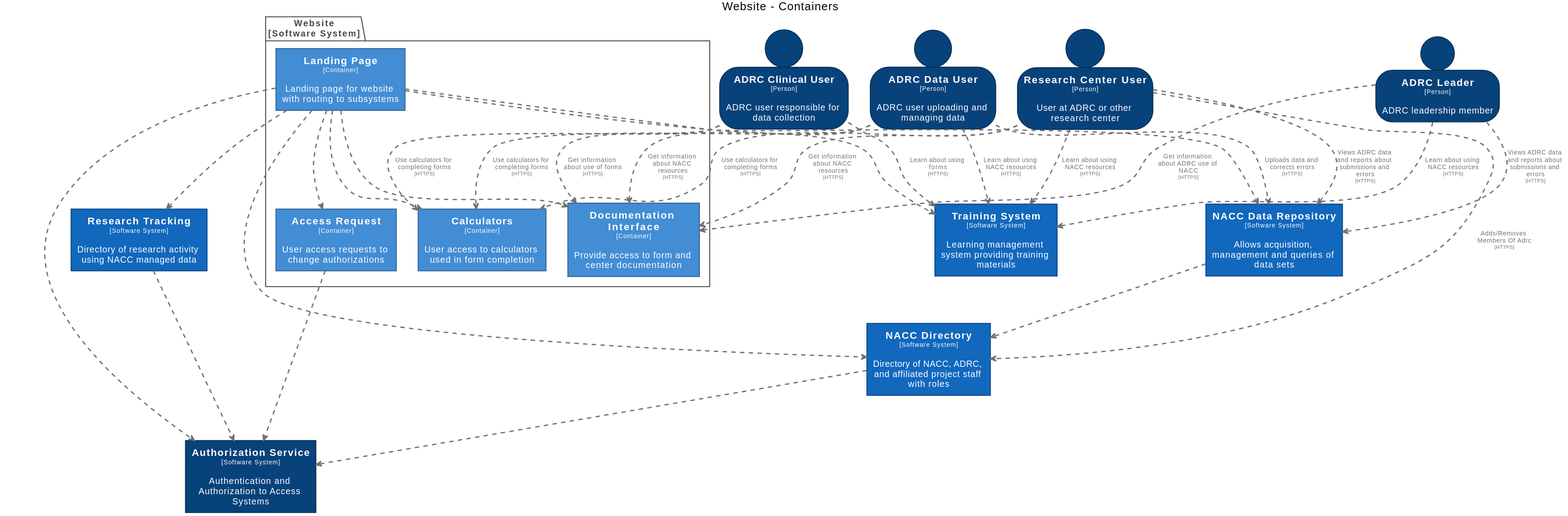
Earlier version of the PlantUML export docs/images/structurizr-WebsiteContainers.svg (naccdata/system-design). Source of this version:
```plantuml
@startuml
title Website - Containers

top to bottom direction

skinparam {
  shadowing false
  arrowFontSize 10
  defaultTextAlignment center
  wrapWidth 200
  maxMessageSize 100
}

hide stereotype

skinparam person<<ADRCClinicalUser>> {
  BackgroundColor #08427b
  FontColor #ffffff
  BorderColor #052e56
}
skinparam person<<ADRCDataUser>> {
  BackgroundColor #08427b
  FontColor #ffffff
  BorderColor #052e56
}
skinparam person<<ADRCLeader>> {
  BackgroundColor #08427b
  FontColor #ffffff
  BorderColor #052e56
}
skinparam rectangle<<Website.AccessRequest>> {
  BackgroundColor #438dd5
  FontColor #ffffff
  BorderColor #2e6295
}
skinparam rectangle<<AuthorizationService>> {
  BackgroundColor #08427b
  FontColor #ffffff
  BorderColor #052e56
}
skinparam rectangle<<Website.Calculators>> {
  BackgroundColor #438dd5
  FontColor #ffffff
  BorderColor #2e6295
}
skinparam rectangle<<Website.DocumentationInterface>> {
  BackgroundColor #438dd5
  FontColor #ffffff
  BorderColor #2e6295
}
skinparam rectangle<<Website.LandingPage>> {
  BackgroundColor #438dd5
  FontColor #ffffff
  BorderColor #2e6295
}
skinparam rectangle<<NACCDataRepository>> {
  BackgroundColor #1168bd
  FontColor #ffffff
  BorderColor #0b4884
}
skinparam rectangle<<NACCDirectory>> {
  BackgroundColor #1168bd
  FontColor #ffffff
  BorderColor #0b4884
}
skinparam person<<ResearchCenterUser>> {
  BackgroundColor #08427b
  FontColor #ffffff
  BorderColor #052e56
}
skinparam rectangle<<ResearchTracking>> {
  BackgroundColor #1168bd
  FontColor #ffffff
  BorderColor #0b4884
}
skinparam rectangle<<TrainingSystem>> {
  BackgroundColor #1168bd
  FontColor #ffffff
  BorderColor #0b4884
}

person "==ADRC Data User\n<size:10>[Person]</size>\n\nADRC user uploading and managing data" <<ADRCDataUser>> as ADRCDataUser
person "==ADRC Leader\n<size:10>[Person]</size>\n\nADRC leadership member" <<ADRCLeader>> as ADRCLeader
rectangle "==Authorization Service\n<size:10>[Software System]</size>\n\nAuthentication and Authorization to Access Systems" <<AuthorizationService>> as AuthorizationService
rectangle "==NACC Directory\n<size:10>[Software System]</size>\n\nDirectory of NACC, ADRC, and affiliated project staff with roles" <<NACCDirectory>> as NACCDirectory
person "==ADRC Clinical User\n<size:10>[Person]</size>\n\nADRC user responsible for data collection" <<ADRCClinicalUser>> as ADRCClinicalUser
rectangle "==NACC Data Repository\n<size:10>[Software System]</size>\n\nAllows acquisition, management and queries of data sets" <<NACCDataRepository>> as NACCDataRepository
person "==Research Center User\n<size:10>[Person]</size>\n\nUser at ADRC or other research center" <<ResearchCenterUser>> as ResearchCenterUser
rectangle "==Research Tracking\n<size:10>[Software System]</size>\n\nDirectory of research activity using NACC managed data" <<ResearchTracking>> as ResearchTracking
rectangle "==Training System\n<size:10>[Software System]</size>\n\nLearning management system providing training materials" <<TrainingSystem>> as TrainingSystem

package "Website\n[Software System]" <<Website>> {
  skinparam PackageBorderColor<<Website>> #444444
  skinparam PackageFontColor<<Website>> #444444

  rectangle "==Access Request\n<size:10>[Container]</size>\n\nUser access requests to change authorizations" <<Website.AccessRequest>> as Website.AccessRequest
  rectangle "==Calculators\n<size:10>[Container]</size>\n\nUser access to calculators used in form completion" <<Website.Calculators>> as Website.Calculators
  rectangle "==Documentation Interface\n<size:10>[Container]</size>\n\nProvide access to form and center documentation" <<Website.DocumentationInterface>> as Website.DocumentationInterface
  rectangle "==Landing Page\n<size:10>[Container]</size>\n\nLanding page for website with routing to subsystems" <<Website.LandingPage>> as Website.LandingPage
}

Website.LandingPage .[#707070,thickness=2].> NACCDataRepository : "<color:#707070>"
Website.LandingPage .[#707070,thickness=2].> NACCDirectory : "<color:#707070>"
ResearchCenterUser .[#707070,thickness=2].> Website.Calculators : "<color:#707070>Use calculators for completing forms\n<color:#707070><size:8>[HTTPS]</size>"
ResearchCenterUser .[#707070,thickness=2].> NACCDirectory : "<color:#707070>Adds/Removes Members Of Adrc\n<color:#707070><size:8>[HTTPS]</size>"
ResearchCenterUser .[#707070,thickness=2].> Website.DocumentationInterface : "<color:#707070>Get information about NACC resources\n<color:#707070><size:8>[HTTPS]</size>"
ResearchCenterUser .[#707070,thickness=2].> NACCDataRepository : "<color:#707070>Views ADRC data and reports about submissions and errors\n<color:#707070><size:8>[HTTPS]</size>"
ResearchCenterUser .[#707070,thickness=2].> TrainingSystem : "<color:#707070>Learn about using NACC resources\n<color:#707070><size:8>[HTTPS]</size>"
ADRCDataUser .[#707070,thickness=2].> NACCDataRepository : "<color:#707070>Uploads data and corrects errors\n<color:#707070><size:8>[HTTPS]</size>"
ADRCDataUser .[#707070,thickness=2].> Website.Calculators : "<color:#707070>Use calculators for completing forms\n<color:#707070><size:8>[HTTPS]</size>"
ADRCDataUser .[#707070,thickness=2].> Website.DocumentationInterface : "<color:#707070>Get information about NACC resources\n<color:#707070><size:8>[HTTPS]</size>"
ADRCDataUser .[#707070,thickness=2].> TrainingSystem : "<color:#707070>Learn about usng NACC resources\n<color:#707070><size:8>[HTTPS]</size>"
ADRCClinicalUser .[#707070,thickness=2].> TrainingSystem : "<color:#707070>Learn about using forms\n<color:#707070><size:8>[HTTPS]</size>"
ADRCClinicalUser .[#707070,thickness=2].> Website.Calculators : "<color:#707070>Use calculators for completing forms\n<color:#707070><size:8>[HTTPS]</size>"
ADRCClinicalUser .[#707070,thickness=2].> Website.DocumentationInterface : "<color:#707070>Get information about use of forms\n<color:#707070><size:8>[HTTPS]</size>"
ADRCLeader .[#707070,thickness=2].> Website.DocumentationInterface : "<color:#707070>Get information about ADRC use of NACC\n<color:#707070><size:8>[HTTPS]</size>"
NACCDataRepository .[#707070,thickness=2].> NACCDirectory : "<color:#707070>"
ADRCLeader .[#707070,thickness=2].> NACCDataRepository : "<color:#707070>Views ADRC data and reports about submissions and errors\n<color:#707070><size:8>[HTTPS]</size>"
ADRCLeader .[#707070,thickness=2].> TrainingSystem : "<color:#707070>Learn about using NACC resources\n<color:#707070><size:8>[HTTPS]</size>"
NACCDirectory .[#707070,thickness=2].> AuthorizationService : "<color:#707070>"
ResearchTracking .[#707070,thickness=2].> AuthorizationService : "<color:#707070>"
Website.AccessRequest .[#707070,thickness=2].> AuthorizationService : "<color:#707070>"
Website.LandingPage .[#707070,thickness=2].> Website.AccessRequest : "<color:#707070>"
Website.LandingPage .[#707070,thickness=2].> AuthorizationService : "<color:#707070>"
Website.LandingPage .[#707070,thickness=2].> Website.Calculators : "<color:#707070>"
Website.LandingPage .[#707070,thickness=2].> Website.DocumentationInterface : "<color:#707070>"
Website.LandingPage .[#707070,thickness=2].> TrainingSystem : "<color:#707070>"
Website.LandingPage .[#707070,thickness=2].> ResearchTracking : "<color:#707070>"
@enduml
```
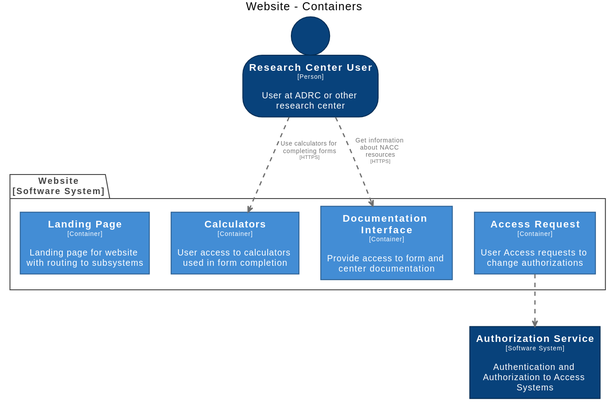
Above is the later version.

Diff of the diagram source:
```diff
@@ -13,21 +13,6 @@
 
 hide stereotype
 
-skinparam person<<ADRCClinicalUser>> {
-  BackgroundColor #08427b
-  FontColor #ffffff
-  BorderColor #052e56
-}
-skinparam person<<ADRCDataUser>> {
-  BackgroundColor #08427b
-  FontColor #ffffff
-  BorderColor #052e56
-}
-skinparam person<<ADRCLeader>> {
-  BackgroundColor #08427b
-  FontColor #ffffff
-  BorderColor #052e56
-}
 skinparam rectangle<<Website.AccessRequest>> {
   BackgroundColor #438dd5
   FontColor #ffffff
@@ -53,77 +38,26 @@
   FontColor #ffffff
   BorderColor #2e6295
 }
-skinparam rectangle<<NACCDataRepository>> {
-  BackgroundColor #1168bd
-  FontColor #ffffff
-  BorderColor #0b4884
-}
-skinparam rectangle<<NACCDirectory>> {
-  BackgroundColor #1168bd
-  FontColor #ffffff
-  BorderColor #0b4884
-}
 skinparam person<<ResearchCenterUser>> {
   BackgroundColor #08427b
   FontColor #ffffff
   BorderColor #052e56
 }
-skinparam rectangle<<ResearchTracking>> {
-  BackgroundColor #1168bd
-  FontColor #ffffff
-  BorderColor #0b4884
-}
-skinparam rectangle<<TrainingSystem>> {
-  BackgroundColor #1168bd
-  FontColor #ffffff
-  BorderColor #0b4884
-}
 
-person "==ADRC Data User\n<size:10>[Person]</size>\n\nADRC user uploading and managing data" <<ADRCDataUser>> as ADRCDataUser
-person "==ADRC Leader\n<size:10>[Person]</size>\n\nADRC leadership member" <<ADRCLeader>> as ADRCLeader
 rectangle "==Authorization Service\n<size:10>[Software System]</size>\n\nAuthentication and Authorization to Access Systems" <<AuthorizationService>> as AuthorizationService
-rectangle "==NACC Directory\n<size:10>[Software System]</size>\n\nDirectory of NACC, ADRC, and affiliated project staff with roles" <<NACCDirectory>> as NACCDirectory
-person "==ADRC Clinical User\n<size:10>[Person]</size>\n\nADRC user responsible for data collection" <<ADRCClinicalUser>> as ADRCClinicalUser
-rectangle "==NACC Data Repository\n<size:10>[Software System]</size>\n\nAllows acquisition, management and queries of data sets" <<NACCDataRepository>> as NACCDataRepository
 person "==Research Center User\n<size:10>[Person]</size>\n\nUser at ADRC or other research center" <<ResearchCenterUser>> as ResearchCenterUser
-rectangle "==Research Tracking\n<size:10>[Software System]</size>\n\nDirectory of research activity using NACC managed data" <<ResearchTracking>> as ResearchTracking
-rectangle "==Training System\n<size:10>[Software System]</size>\n\nLearning management system providing training materials" <<TrainingSystem>> as TrainingSystem
 
 package "Website\n[Software System]" <<Website>> {
   skinparam PackageBorderColor<<Website>> #444444
   skinparam PackageFontColor<<Website>> #444444
 
-  rectangle "==Access Request\n<size:10>[Container]</size>\n\nUser access requests to change authorizations" <<Website.AccessRequest>> as Website.AccessRequest
+  rectangle "==Access Request\n<size:10>[Container]</size>\n\nUser Access requests to change authorizations" <<Website.AccessRequest>> as Website.AccessRequest
   rectangle "==Calculators\n<size:10>[Container]</size>\n\nUser access to calculators used in form completion" <<Website.Calculators>> as Website.Calculators
   rectangle "==Documentation Interface\n<size:10>[Container]</size>\n\nProvide access to form and center documentation" <<Website.DocumentationInterface>> as Website.DocumentationInterface
   rectangle "==Landing Page\n<size:10>[Container]</size>\n\nLanding page for website with routing to subsystems" <<Website.LandingPage>> as Website.LandingPage
 }
 
-Website.LandingPage .[#707070,thickness=2].> NACCDataRepository : "<color:#707070>"
-Website.LandingPage .[#707070,thickness=2].> NACCDirectory : "<color:#707070>"
+Website.AccessRequest .[#707070,thickness=2].> AuthorizationService : "<color:#707070>"
 ResearchCenterUser .[#707070,thickness=2].> Website.Calculators : "<color:#707070>Use calculators for completing forms\n<color:#707070><size:8>[HTTPS]</size>"
-ResearchCenterUser .[#707070,thickness=2].> NACCDirectory : "<color:#707070>Adds/Removes Members Of Adrc\n<color:#707070><size:8>[HTTPS]</size>"
 ResearchCenterUser .[#707070,thickness=2].> Website.DocumentationInterface : "<color:#707070>Get information about NACC resources\n<color:#707070><size:8>[HTTPS]</size>"
-ResearchCenterUser .[#707070,thickness=2].> NACCDataRepository : "<color:#707070>Views ADRC data and reports about submissions and errors\n<color:#707070><size:8>[HTTPS]</size>"
-ResearchCenterUser .[#707070,thickness=2].> TrainingSystem : "<color:#707070>Learn about using NACC resources\n<color:#707070><size:8>[HTTPS]</size>"
-ADRCDataUser .[#707070,thickness=2].> NACCDataRepository : "<color:#707070>Uploads data and corrects errors\n<color:#707070><size:8>[HTTPS]</size>"
-ADRCDataUser .[#707070,thickness=2].> Website.Calculators : "<color:#707070>Use calculators for completing forms\n<color:#707070><size:8>[HTTPS]</size>"
-ADRCDataUser .[#707070,thickness=2].> Website.DocumentationInterface : "<color:#707070>Get information about NACC resources\n<color:#707070><size:8>[HTTPS]</size>"
-ADRCDataUser .[#707070,thickness=2].> TrainingSystem : "<color:#707070>Learn about usng NACC resources\n<color:#707070><size:8>[HTTPS]</size>"
-ADRCClinicalUser .[#707070,thickness=2].> TrainingSystem : "<color:#707070>Learn about using forms\n<color:#707070><size:8>[HTTPS]</size>"
-ADRCClinicalUser .[#707070,thickness=2].> Website.Calculators : "<color:#707070>Use calculators for completing forms\n<color:#707070><size:8>[HTTPS]</size>"
-ADRCClinicalUser .[#707070,thickness=2].> Website.DocumentationInterface : "<color:#707070>Get information about use of forms\n<color:#707070><size:8>[HTTPS]</size>"
-ADRCLeader .[#707070,thickness=2].> Website.DocumentationInterface : "<color:#707070>Get information about ADRC use of NACC\n<color:#707070><size:8>[HTTPS]</size>"
-NACCDataRepository .[#707070,thickness=2].> NACCDirectory : "<color:#707070>"
-ADRCLeader .[#707070,thickness=2].> NACCDataRepository : "<color:#707070>Views ADRC data and reports about submissions and errors\n<color:#707070><size:8>[HTTPS]</size>"
-ADRCLeader .[#707070,thickness=2].> TrainingSystem : "<color:#707070>Learn about using NACC resources\n<color:#707070><size:8>[HTTPS]</size>"
-NACCDirectory .[#707070,thickness=2].> AuthorizationService : "<color:#707070>"
-ResearchTracking .[#707070,thickness=2].> AuthorizationService : "<color:#707070>"
-Website.AccessRequest .[#707070,thickness=2].> AuthorizationService : "<color:#707070>"
-Website.LandingPage .[#707070,thickness=2].> Website.AccessRequest : "<color:#707070>"
-Website.LandingPage .[#707070,thickness=2].> AuthorizationService : "<color:#707070>"
-Website.LandingPage .[#707070,thickness=2].> Website.Calculators : "<color:#707070>"
-Website.LandingPage .[#707070,thickness=2].> Website.DocumentationInterface : "<color:#707070>"
-Website.LandingPage .[#707070,thickness=2].> TrainingSystem : "<color:#707070>"
-Website.LandingPage .[#707070,thickness=2].> ResearchTracking : "<color:#707070>"
 @enduml
```
